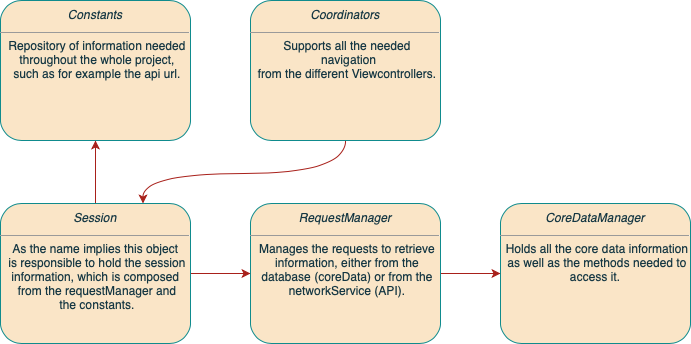
Before: Project_Structure.png, a diagram exported from draw.io (7Backwards/Fuze-Tech-Task). Source tidied: cells renumbered, new cells last; positions are measured from the earlier drawing's top-left corner, leaving out a move shared by most shapes. The source it was exported from:
```xml
<mxGraphModel>
  <root>
    <mxCell id="0" />
    <mxCell id="1" parent="0" />
    <mxCell id="2" value="&lt;p style=&quot;margin: 4px 0px 0px ; text-align: center ; line-height: 190%&quot;&gt;&lt;i&gt;CoreDataManager&lt;/i&gt;&lt;/p&gt;&lt;hr size=&quot;1&quot;&gt;&lt;p style=&quot;text-align: center ; margin: 0px 0px 0px 4px&quot;&gt;&lt;font style=&quot;font-size: 12px&quot;&gt;Holds all the core data information&lt;/font&gt;&lt;/p&gt;&lt;p style=&quot;text-align: center ; margin: 0px 0px 0px 4px&quot;&gt;&lt;font style=&quot;font-size: 12px&quot;&gt;as well as the methods needed to&lt;/font&gt;&lt;/p&gt;&lt;p style=&quot;margin: 0px 0px 0px 4px&quot;&gt;&lt;div style=&quot;text-align: center&quot;&gt;access it.&lt;/div&gt;&lt;/p&gt;" style="verticalAlign=top;align=left;overflow=fill;fontSize=12;fontFamily=Helvetica;html=1;shadow=0;comic=0;labelBackgroundColor=none;strokeWidth=1;rounded=1;fillColor=#FAE5C7;strokeColor=#0F8B8D;fontColor=#143642;" parent="1" vertex="1">
      <mxGeometry x="500" y="203" width="190" height="140" as="geometry" />
    </mxCell>
    <mxCell id="3" value="&lt;p style=&quot;margin: 4px 0px 0px ; text-align: center ; line-height: 190%&quot;&gt;&lt;i&gt;Constants&lt;/i&gt;&lt;/p&gt;&lt;hr size=&quot;1&quot;&gt;&lt;p style=&quot;text-align: center ; margin: 0px 0px 0px 4px&quot;&gt;&lt;font style=&quot;font-size: 12px&quot;&gt;Repository of&amp;nbsp;&lt;/font&gt;information needed&lt;/p&gt;&lt;p style=&quot;text-align: center ; margin: 0px 0px 0px 4px&quot;&gt;throughout the whole project,&lt;/p&gt;&lt;p style=&quot;text-align: center ; margin: 0px 0px 0px 4px&quot;&gt;such as for example the api url.&lt;/p&gt;&lt;p&gt;&lt;/p&gt;" style="verticalAlign=top;align=left;overflow=fill;fontSize=12;fontFamily=Helvetica;html=1;shadow=0;comic=0;labelBackgroundColor=none;strokeWidth=1;rounded=1;fillColor=#FAE5C7;strokeColor=#0F8B8D;fontColor=#143642;" parent="1" vertex="1">
      <mxGeometry width="190" height="140" as="geometry" />
    </mxCell>
    <mxCell id="4" style="edgeStyle=orthogonalEdgeStyle;jettySize=auto;html=1;entryX=0;entryY=0.5;entryDx=0;entryDy=0;curved=1;strokeColor=#A8201A;fontColor=#143642;labelBackgroundColor=#DAD2D8;" parent="1" edge="1" source="5" target="2">
      <mxGeometry relative="1" as="geometry" />
    </mxCell>
    <mxCell id="5" value="&lt;p style=&quot;margin: 4px 0px 0px ; text-align: center ; line-height: 190%&quot;&gt;&lt;i&gt;RequestManager&lt;/i&gt;&lt;/p&gt;&lt;hr size=&quot;1&quot;&gt;&lt;p style=&quot;text-align: center ; margin: 0px 0px 0px 4px&quot;&gt;Manages the requests to retrieve&lt;/p&gt;&lt;p style=&quot;text-align: center ; margin: 0px 0px 0px 4px&quot;&gt;information, either from the&lt;/p&gt;&lt;p style=&quot;text-align: center ; margin: 0px 0px 0px 4px&quot;&gt;database (coreData) or from the&lt;/p&gt;&lt;p style=&quot;text-align: center ; margin: 0px 0px 0px 4px&quot;&gt;networkService (API).&lt;/p&gt;&lt;p&gt;&lt;/p&gt;" style="verticalAlign=top;align=left;overflow=fill;fontSize=12;fontFamily=Helvetica;html=1;shadow=0;comic=0;labelBackgroundColor=none;strokeWidth=1;rounded=1;fillColor=#FAE5C7;strokeColor=#0F8B8D;fontColor=#143642;" parent="1" vertex="1">
      <mxGeometry x="250" y="203" width="190" height="140" as="geometry" />
    </mxCell>
    <mxCell id="6" style="edgeStyle=orthogonalEdgeStyle;jettySize=auto;html=1;entryX=0.75;entryY=0;entryDx=0;entryDy=0;curved=1;strokeColor=#A8201A;fontColor=#143642;labelBackgroundColor=#DAD2D8;" parent="1" edge="1" source="7" target="10">
      <mxGeometry relative="1" as="geometry">
        <Array as="points">
          <mxPoint x="345" y="173" />
          <mxPoint x="143" y="173" />
        </Array>
      </mxGeometry>
    </mxCell>
    <mxCell id="7" value="&lt;p style=&quot;margin: 4px 0px 0px ; text-align: center ; line-height: 190%&quot;&gt;&lt;i&gt;Coordinators&lt;/i&gt;&lt;/p&gt;&lt;hr size=&quot;1&quot;&gt;&lt;p style=&quot;text-align: center ; margin: 0px 0px 0px 4px&quot;&gt;Supports all the needed&lt;/p&gt;&lt;p style=&quot;text-align: center ; margin: 0px 0px 0px 4px&quot;&gt;&amp;nbsp;navigation&lt;/p&gt;&lt;p style=&quot;text-align: center ; margin: 0px 0px 0px 4px&quot;&gt;from the different Viewcontrollers.&lt;/p&gt;&lt;p&gt;&lt;/p&gt;" style="verticalAlign=top;align=left;overflow=fill;fontSize=12;fontFamily=Helvetica;html=1;shadow=0;comic=0;labelBackgroundColor=none;strokeWidth=1;rounded=1;fillColor=#FAE5C7;strokeColor=#0F8B8D;fontColor=#143642;" parent="1" vertex="1">
      <mxGeometry x="250" width="190" height="140" as="geometry" />
    </mxCell>
    <mxCell id="8" style="edgeStyle=orthogonalEdgeStyle;jettySize=auto;html=1;entryX=0;entryY=0.5;entryDx=0;entryDy=0;curved=1;strokeColor=#A8201A;fontColor=#143642;labelBackgroundColor=#DAD2D8;" parent="1" edge="1" source="10" target="5">
      <mxGeometry relative="1" as="geometry" />
    </mxCell>
    <mxCell id="9" style="edgeStyle=orthogonalEdgeStyle;jettySize=auto;html=1;entryX=0.5;entryY=1;entryDx=0;entryDy=0;curved=1;strokeColor=#A8201A;fontColor=#143642;labelBackgroundColor=#DAD2D8;" parent="1" edge="1" source="10" target="3">
      <mxGeometry relative="1" as="geometry" />
    </mxCell>
    <mxCell id="10" value="&lt;p style=&quot;margin: 4px 0px 0px ; text-align: center ; line-height: 190%&quot;&gt;&lt;i&gt;Session&lt;/i&gt;&lt;/p&gt;&lt;hr size=&quot;1&quot;&gt;&lt;p style=&quot;text-align: center ; margin: 0px 0px 0px 4px&quot;&gt;As the name implies this object&amp;nbsp;&lt;/p&gt;&lt;p style=&quot;text-align: center ; margin: 0px 0px 0px 4px&quot;&gt;is responsible to hold the session&lt;/p&gt;&lt;p style=&quot;text-align: center ; margin: 0px 0px 0px 4px&quot;&gt;information, which is composed&amp;nbsp;&lt;/p&gt;&lt;p style=&quot;text-align: center ; margin: 0px 0px 0px 4px&quot;&gt;from the requestManager and&lt;/p&gt;&lt;p style=&quot;text-align: center ; margin: 0px 0px 0px 4px&quot;&gt;the constants.&lt;/p&gt;&lt;p&gt;&lt;/p&gt;" style="verticalAlign=top;align=left;overflow=fill;fontSize=12;fontFamily=Helvetica;html=1;shadow=0;comic=0;labelBackgroundColor=none;strokeWidth=1;rounded=1;fillColor=#FAE5C7;strokeColor=#0F8B8D;fontColor=#143642;" parent="1" vertex="1">
      <mxGeometry y="203" width="190" height="140" as="geometry" />
    </mxCell>
  </root>
</mxGraphModel>
```
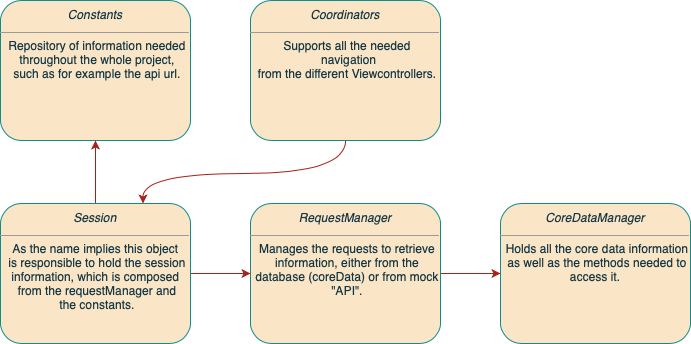
The same file after the commit.

What changed in the source:
```diff
@@ -11,7 +11,7 @@
     <mxCell id="4" style="edgeStyle=orthogonalEdgeStyle;jettySize=auto;html=1;entryX=0;entryY=0.5;entryDx=0;entryDy=0;curved=1;strokeColor=#A8201A;fontColor=#143642;labelBackgroundColor=#DAD2D8;" parent="1" edge="1" source="5" target="2">
       <mxGeometry relative="1" as="geometry" />
     </mxCell>
-    <mxCell id="5" value="&lt;p style=&quot;margin: 4px 0px 0px ; text-align: center ; line-height: 190%&quot;&gt;&lt;i&gt;RequestManager&lt;/i&gt;&lt;/p&gt;&lt;hr size=&quot;1&quot;&gt;&lt;p style=&quot;text-align: center ; margin: 0px 0px 0px 4px&quot;&gt;Manages the requests to retrieve&lt;/p&gt;&lt;p style=&quot;text-align: center ; margin: 0px 0px 0px 4px&quot;&gt;information, either from the&lt;/p&gt;&lt;p style=&quot;text-align: center ; margin: 0px 0px 0px 4px&quot;&gt;database (coreData) or from the&lt;/p&gt;&lt;p style=&quot;text-align: center ; margin: 0px 0px 0px 4px&quot;&gt;networkService (API).&lt;/p&gt;&lt;p&gt;&lt;/p&gt;" style="verticalAlign=top;align=left;overflow=fill;fontSize=12;fontFamily=Helvetica;html=1;shadow=0;comic=0;labelBackgroundColor=none;strokeWidth=1;rounded=1;fillColor=#FAE5C7;strokeColor=#0F8B8D;fontColor=#143642;" parent="1" vertex="1">
+    <mxCell id="5" value="&lt;p style=&quot;margin: 4px 0px 0px ; text-align: center ; line-height: 190%&quot;&gt;&lt;i&gt;RequestManager&lt;/i&gt;&lt;/p&gt;&lt;hr size=&quot;1&quot;&gt;&lt;p style=&quot;text-align: center ; margin: 0px 0px 0px 4px&quot;&gt;Manages the requests to retrieve&lt;/p&gt;&lt;p style=&quot;text-align: center ; margin: 0px 0px 0px 4px&quot;&gt;information, either from the&lt;/p&gt;&lt;p style=&quot;text-align: center ; margin: 0px 0px 0px 4px&quot;&gt;database (coreData) or from mock&lt;/p&gt;&lt;p style=&quot;text-align: center ; margin: 0px 0px 0px 4px&quot;&gt;&quot;API&quot;.&lt;/p&gt;&lt;p&gt;&lt;/p&gt;" style="verticalAlign=top;align=left;overflow=fill;fontSize=12;fontFamily=Helvetica;html=1;shadow=0;comic=0;labelBackgroundColor=none;strokeWidth=1;rounded=1;fillColor=#FAE5C7;strokeColor=#0F8B8D;fontColor=#143642;" parent="1" vertex="1">
       <mxGeometry x="250" y="203" width="190" height="140" as="geometry" />
     </mxCell>
     <mxCell id="6" style="edgeStyle=orthogonalEdgeStyle;jettySize=auto;html=1;entryX=0.75;entryY=0;entryDx=0;entryDy=0;curved=1;strokeColor=#A8201A;fontColor=#143642;labelBackgroundColor=#DAD2D8;" parent="1" edge="1" source="7" target="10">
```
